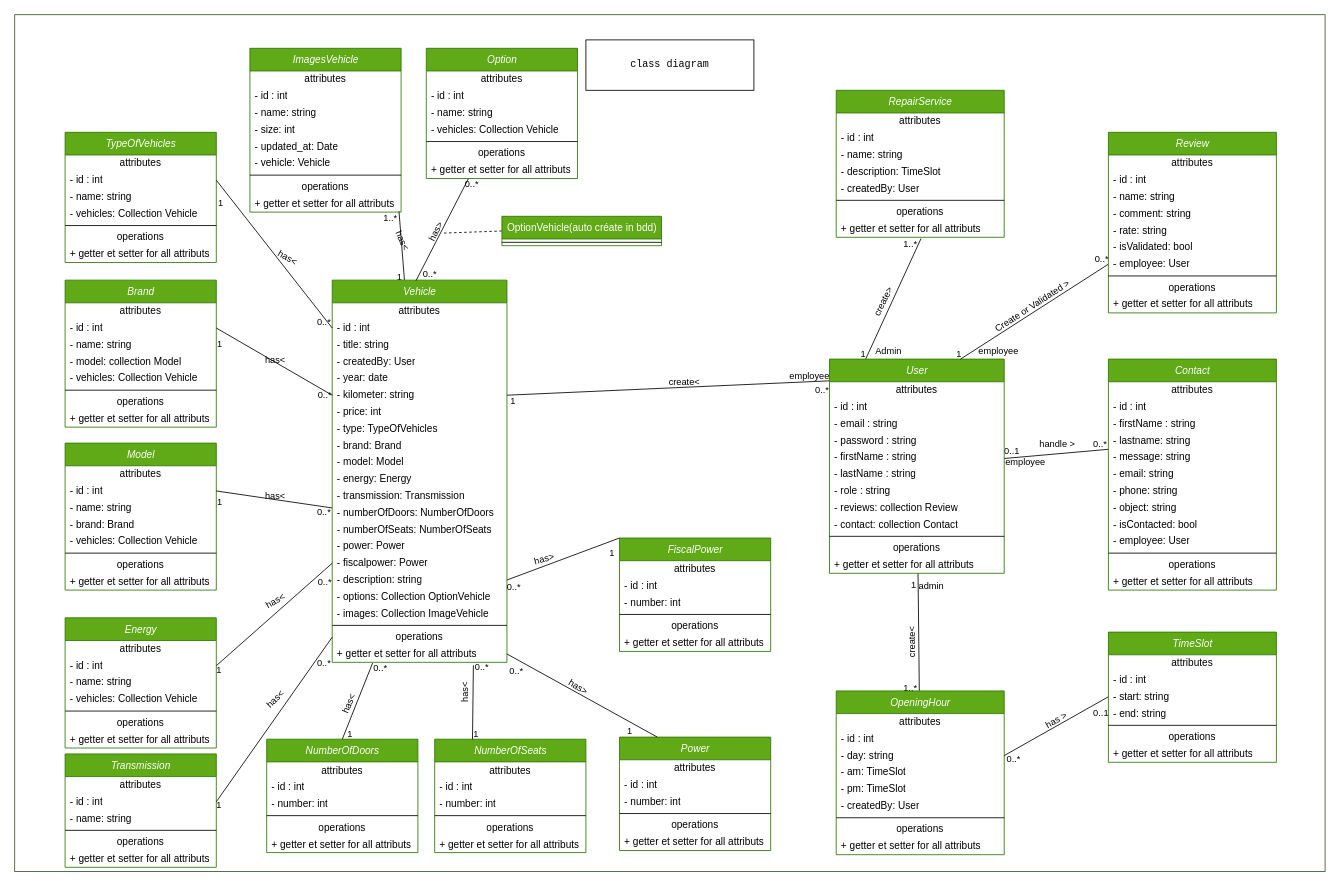
Earlier version of the draw.io diagram documentations/DIO/diag-class.dio (SandrineOrieux/Garage-V-Parrot). Source tidied: cells renumbered, new cells numbered last; positions are measured from the earlier drawing's top-left corner, leaving out a move shared by most shapes. Both pictures are drawn from the tidied source at 84%, with x=0, y=0 at pixel (14, 14).
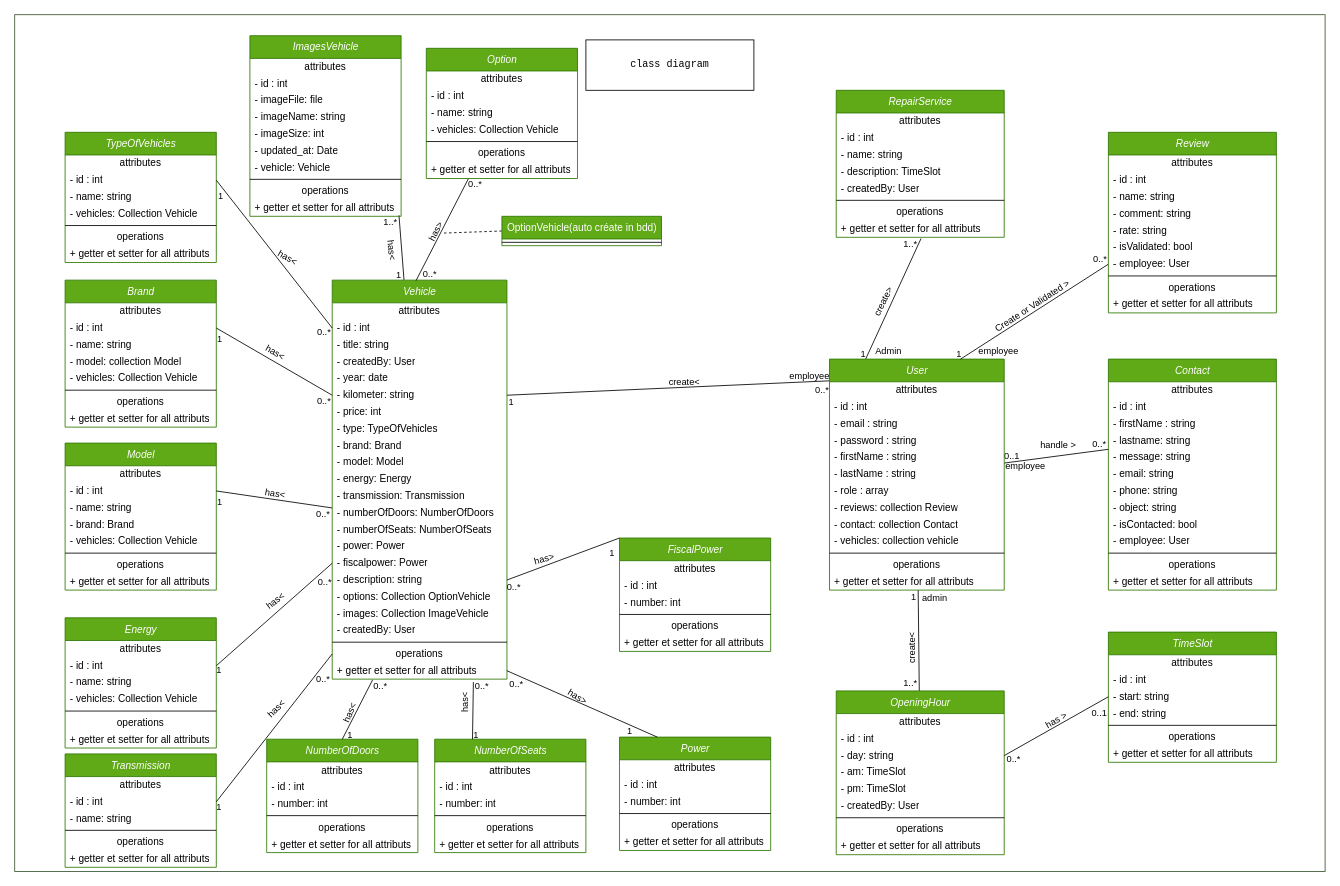
Above is the later version.

Unchanged cells that the change refers to:
```xml
<mxCell id="4" style="edgeStyle=none;html=1;entryX=-0.001;entryY=0.021;entryDx=0;entryDy=0;entryPerimeter=0;strokeColor=#000000;endArrow=none;endFill=0;" parent="1" edge="1" source="25" target="62">
  <mxGeometry relative="1" as="geometry" />
</mxCell>
<mxCell id="9" style="edgeStyle=none;html=1;strokeColor=#000000;fontColor=#000000;endArrow=none;endFill=0;" parent="1" edge="1" source="25" target="79">
  <mxGeometry relative="1" as="geometry" />
</mxCell>
<mxCell id="14" style="edgeStyle=none;html=1;entryX=1;entryY=0.5;entryDx=0;entryDy=0;strokeColor=#000000;fontColor=#000000;endArrow=none;endFill=0;exitX=0.01;exitY=-0.061;exitDx=0;exitDy=0;exitPerimeter=0;" parent="1" edge="1" source="26" target="103">
  <mxGeometry relative="1" as="geometry" />
</mxCell>
<mxCell id="38" style="html=1;strokeColor=#000000;fontColor=#000000;endArrow=none;endFill=0;exitX=0;exitY=0.5;exitDx=0;exitDy=0;entryX=0.75;entryY=0;entryDx=0;entryDy=0;" parent="1" edge="1" source="53" target="25">
  <mxGeometry relative="1" as="geometry" />
</mxCell>
<mxCell id="89" style="edgeStyle=none;html=1;entryX=0;entryY=0.5;entryDx=0;entryDy=0;strokeColor=#000000;fontColor=#000000;endArrow=none;endFill=0;exitX=1;exitY=0.5;exitDx=0;exitDy=0;" parent="1" edge="1" source="82" target="74">
  <mxGeometry relative="1" as="geometry" />
</mxCell>
<mxCell id="93" style="edgeStyle=none;html=1;entryX=0.986;entryY=0.941;entryDx=0;entryDy=0;entryPerimeter=0;strokeColor=#000000;fontColor=#000000;endArrow=none;endFill=0;" parent="1" edge="1" source="97" target="150">
  <mxGeometry relative="1" as="geometry" />
</mxCell>
<mxCell id="129" style="edgeStyle=none;html=1;entryX=0.48;entryY=0.001;entryDx=0;entryDy=0;entryPerimeter=0;strokeColor=#000000;fontColor=#000000;endArrow=none;endFill=0;" parent="1" edge="1" source="133" target="97">
  <mxGeometry relative="1" as="geometry" />
</mxCell>
<mxCell id="159" style="edgeStyle=none;html=1;entryX=1;entryY=0.5;entryDx=0;entryDy=0;strokeColor=#000000;fontColor=#000000;endArrow=none;endFill=0;exitX=0;exitY=0.5;exitDx=0;exitDy=0;" parent="1" edge="1" source="99" target="153">
  <mxGeometry relative="1" as="geometry" />
</mxCell>
<mxCell id="172" style="edgeStyle=none;html=1;entryX=1;entryY=0.5;entryDx=0;entryDy=0;strokeColor=#000000;fontColor=#000000;endArrow=none;endFill=0;exitX=0;exitY=0.5;exitDx=0;exitDy=0;" parent="1" edge="1" source="103" target="165">
  <mxGeometry relative="1" as="geometry" />
</mxCell>
<mxCell id="185" style="edgeStyle=none;html=1;entryX=1;entryY=0.5;entryDx=0;entryDy=0;strokeColor=#000000;fontColor=#000000;endArrow=none;endFill=0;exitX=-0.001;exitY=0.208;exitDx=0;exitDy=0;exitPerimeter=0;" parent="1" edge="1" source="110" target="178">
  <mxGeometry relative="1" as="geometry" />
</mxCell>
<mxCell id="197" style="edgeStyle=none;html=1;entryX=1;entryY=0.5;entryDx=0;entryDy=0;strokeColor=#000000;fontColor=#000000;endArrow=none;endFill=0;exitX=0;exitY=0.5;exitDx=0;exitDy=0;" parent="1" edge="1" source="113" target="191">
  <mxGeometry relative="1" as="geometry" />
</mxCell>
<mxCell id="208" style="edgeStyle=none;html=1;entryX=1;entryY=0.5;entryDx=0;entryDy=0;strokeColor=#000000;fontColor=#000000;endArrow=none;endFill=0;exitX=0;exitY=0.5;exitDx=0;exitDy=0;" parent="1" edge="1" source="118" target="203">
  <mxGeometry relative="1" as="geometry" />
</mxCell>
<mxCell id="219" style="edgeStyle=none;html=1;entryX=0.5;entryY=0;entryDx=0;entryDy=0;strokeColor=#000000;fontColor=#000000;endArrow=none;endFill=0;exitX=0.231;exitY=1.043;exitDx=0;exitDy=0;exitPerimeter=0;" parent="1" edge="1" source="119" target="212">
  <mxGeometry relative="1" as="geometry" />
</mxCell>
<mxCell id="230" style="edgeStyle=none;html=1;entryX=0.25;entryY=0;entryDx=0;entryDy=0;strokeColor=#000000;fontColor=#000000;endArrow=none;endFill=0;exitX=0.808;exitY=1.174;exitDx=0;exitDy=0;exitPerimeter=0;" parent="1" edge="1" source="119" target="223">
  <mxGeometry relative="1" as="geometry" />
</mxCell>
<mxCell id="252" style="edgeStyle=none;html=1;entryX=0.25;entryY=0;entryDx=0;entryDy=0;strokeColor=#000000;fontColor=#000000;endArrow=none;endFill=0;exitX=1;exitY=0.5;exitDx=0;exitDy=0;" parent="1" edge="1" source="119" target="245">
  <mxGeometry relative="1" as="geometry" />
</mxCell>
```

What changed in the source:
```diff
@@
     <mxCell id="8" value="0..*" style="edgeLabel;html=1;align=center;verticalAlign=middle;fontColor=#000000;labelBackgroundColor=none;" parent="4" vertex="1">
       <mxGeometry x="0.84" y="-1" relative="1" as="geometry">
-        <mxPoint y="-9" as="offset" />
+        <mxPoint x="-2" y="-9" as="offset" />
       </mxGeometry>
     </mxCell>
@@
     <mxCell id="10" value="admin" style="edgeLabel;html=1;align=center;verticalAlign=middle;fontColor=#000000;labelBackgroundColor=none;" parent="9" vertex="1">
       <mxGeometry x="-0.71" y="1" relative="1" as="geometry">
-        <mxPoint x="14" y="-5" as="offset" />
+        <mxPoint x="18" y="-8" as="offset" />
       </mxGeometry>
     </mxCell>
@@
     <mxCell id="12" value="1..*" style="edgeLabel;html=1;align=center;verticalAlign=middle;fontColor=#000000;labelBackgroundColor=none;" parent="9" vertex="1">
       <mxGeometry x="0.66" y="1" relative="1" as="geometry">
-        <mxPoint x="-12" y="21" as="offset" />
+        <mxPoint x="-12" y="11" as="offset" />
       </mxGeometry>
     </mxCell>
     <mxCell id="13" value="1" style="edgeLabel;html=1;align=center;verticalAlign=middle;fontColor=#000000;labelBackgroundColor=none;" parent="9" vertex="1">
       <mxGeometry x="-0.71" y="1" relative="1" as="geometry">
-        <mxPoint x="-7" y="-6" as="offset" />
+        <mxPoint x="-7" y="-9" as="offset" />
       </mxGeometry>
     </mxCell>
@@
     <mxCell id="17" value="1" style="edgeLabel;html=1;align=center;verticalAlign=middle;fontColor=#000000;labelBackgroundColor=none;" parent="14" vertex="1">
       <mxGeometry x="0.61" y="-1" relative="1" as="geometry">
-        <mxPoint x="-69" y="11" as="offset" />
+        <mxPoint x="-71" y="12" as="offset" />
       </mxGeometry>
     </mxCell>
@@
     <mxCell id="25" value="&lt;i&gt;User&lt;/i&gt;" style="swimlane;fontStyle=0;align=center;verticalAlign=top;horizontal=1;startSize=27;html=1;fillColor=#60a917;strokeColor=#2D7600;fontColor=#ffffff;" parent="1" vertex="1">
-      <mxGeometry x="970" y="410" width="208" height="255" as="geometry" />
+      <mxGeometry x="970" y="410" width="208" height="275" as="geometry" />
     </mxCell>
@@
-    <mxCell id="32" value="- role : string" style="text;html=1;strokeColor=none;fillColor=none;align=left;verticalAlign=middle;spacingLeft=4;spacingRight=4;overflow=hidden;fontColor=#000000;" parent="25" vertex="1">
+    <mxCell id="32" value="- role : array" style="text;html=1;strokeColor=none;fillColor=none;align=left;verticalAlign=middle;spacingLeft=4;spacingRight=4;overflow=hidden;fontColor=#000000;" parent="25" vertex="1">
       <mxGeometry y="147" width="208" height="20" as="geometry" />
     </mxCell>
@@
+    <mxCell id="256" value="- vehicles: collection vehicle" style="text;html=1;strokeColor=none;fillColor=none;align=left;verticalAlign=middle;spacingLeft=4;spacingRight=4;overflow=hidden;fontColor=#000000;" parent="25" vertex="1">
+      <mxGeometry y="207" width="208" height="20" as="geometry" />
+    </mxCell>
     <mxCell id="35" style="line;strokeWidth=1;fillColor=none;align=left;verticalAlign=middle;spacingTop=-1;spacingLeft=3;spacingRight=3;labelPosition=right;fontColor=#000000;" parent="25" vertex="1">
-      <mxGeometry y="207" width="208" height="8" as="geometry" />
+      <mxGeometry y="227" width="208" height="8" as="geometry" />
     </mxCell>
     <mxCell id="36" value="operations" style="text;html=1;strokeColor=none;fillColor=none;align=center;verticalAlign=middle;spacingLeft=4;spacingRight=4;overflow=hidden;fontColor=#000000;" parent="25" vertex="1">
-      <mxGeometry y="215" width="208" height="20" as="geometry" />
+      <mxGeometry y="235" width="208" height="20" as="geometry" />
     </mxCell>
     <mxCell id="37" value="+ getter et setter for all attributs" style="text;html=1;strokeColor=none;fillColor=none;align=left;verticalAlign=middle;spacingLeft=4;spacingRight=4;overflow=hidden;fontColor=#000000;" parent="25" vertex="1">
-      <mxGeometry y="235" width="208" height="20" as="geometry" />
+      <mxGeometry y="255" width="208" height="20" as="geometry" />
     </mxCell>
@@
     <mxCell id="42" value="0..*" style="edgeLabel;html=1;align=center;verticalAlign=middle;fontColor=#000000;labelBackgroundColor=none;" parent="38" vertex="1">
       <mxGeometry x="-0.9" relative="1" as="geometry">
-        <mxPoint y="-12" as="offset" />
+        <mxPoint x="-2" y="-12" as="offset" />
       </mxGeometry>
     </mxCell>
@@
     <mxCell id="92" value="0..1" style="edgeLabel;html=1;align=center;verticalAlign=middle;fontColor=#000000;labelBackgroundColor=none;" parent="89" vertex="1">
       <mxGeometry x="0.85" relative="1" as="geometry">
-        <mxPoint y="13" as="offset" />
+        <mxPoint x="-2" y="13" as="offset" />
       </mxGeometry>
     </mxCell>
@@
-    <mxCell id="94" value="has&amp;lt;" style="edgeLabel;html=1;align=center;verticalAlign=middle;fontColor=#000000;labelBackgroundColor=none;rotation=66;" parent="93" vertex="1">
+    <mxCell id="94" value="has&amp;lt;" style="edgeLabel;html=1;align=center;verticalAlign=middle;fontColor=#000000;labelBackgroundColor=none;rotation=84;" parent="93" vertex="1">
       <mxGeometry x="-0.21" y="-1" relative="1" as="geometry">
-        <mxPoint y="-15" as="offset" />
+        <mxPoint x="-12" y="-6" as="offset" />
       </mxGeometry>
     </mxCell>
     <mxCell id="95" value="1..*" style="edgeLabel;html=1;align=center;verticalAlign=middle;fontColor=#000000;labelBackgroundColor=none;" parent="93" vertex="1">
       <mxGeometry x="0.7" y="-1" relative="1" as="geometry">
-        <mxPoint x="-13" y="-5" as="offset" />
+        <mxPoint x="-13" y="-4" as="offset" />
       </mxGeometry>
     </mxCell>
     <mxCell id="96" value="1" style="edgeLabel;html=1;align=center;verticalAlign=middle;fontColor=#000000;labelBackgroundColor=none;" parent="93" vertex="1">
       <mxGeometry x="-0.77" relative="1" as="geometry">
-        <mxPoint x="-6" y="4" as="offset" />
+        <mxPoint x="-6" y="2" as="offset" />
       </mxGeometry>
     </mxCell>
     <mxCell id="97" value="&lt;i&gt;Vehicle&lt;/i&gt;" style="swimlane;fontStyle=0;align=center;verticalAlign=top;horizontal=1;startSize=27;html=1;fillColor=#60a917;strokeColor=#2D7600;fontColor=#ffffff;" parent="1" vertex="1">
-      <mxGeometry x="378" y="316" width="208" height="455" as="geometry" />
+      <mxGeometry x="378" y="316" width="208" height="475" as="geometry" />
     </mxCell>
@@
+    <mxCell id="257" value="- createdBy: User" style="text;html=1;strokeColor=none;fillColor=none;align=left;verticalAlign=middle;spacingLeft=4;spacingRight=4;overflow=hidden;fontColor=#000000;" parent="97" vertex="1">
+      <mxGeometry y="407" width="208" height="20" as="geometry" />
+    </mxCell>
     <mxCell id="117" style="line;strokeWidth=1;fillColor=none;align=left;verticalAlign=middle;spacingTop=-1;spacingLeft=3;spacingRight=3;labelPosition=right;fontColor=#000000;" parent="97" vertex="1">
-      <mxGeometry y="407" width="208" height="8" as="geometry" />
+      <mxGeometry y="427" width="208" height="8" as="geometry" />
     </mxCell>
     <mxCell id="118" value="operations" style="text;html=1;strokeColor=none;fillColor=none;align=center;verticalAlign=middle;spacingLeft=4;spacingRight=4;overflow=hidden;points=[[0,0.5],[1,0.5]];portConstraint=eastwest;fontColor=#000000;" parent="97" vertex="1">
-      <mxGeometry y="415" width="208" height="20" as="geometry" />
+      <mxGeometry y="435" width="208" height="20" as="geometry" />
     </mxCell>
     <mxCell id="119" value="+ getter et setter for all attributs" style="text;html=1;strokeColor=none;fillColor=none;align=left;verticalAlign=middle;spacingLeft=4;spacingRight=4;overflow=hidden;points=[[0,0.5],[1,0.5]];portConstraint=eastwest;fontColor=#000000;" parent="97" vertex="1">
-      <mxGeometry y="435" width="208" height="20" as="geometry" />
+      <mxGeometry y="455" width="208" height="20" as="geometry" />
     </mxCell>
@@
     <mxCell id="131" value="0..*" style="edgeLabel;html=1;align=center;verticalAlign=middle;fontColor=#000000;labelBackgroundColor=none;" parent="129" vertex="1">
       <mxGeometry x="-0.83" relative="1" as="geometry">
-        <mxPoint x="9" y="-4" as="offset" />
+        <mxPoint x="13" y="-4" as="offset" />
       </mxGeometry>
     </mxCell>
@@
     <mxCell id="141" value="&lt;i&gt;ImagesVehicle&lt;/i&gt;" style="swimlane;fontStyle=0;align=center;verticalAlign=top;horizontal=1;startSize=27;html=1;fillColor=#60a917;strokeColor=#2D7600;fontColor=#ffffff;" parent="1" vertex="1">
-      <mxGeometry x="280" y="40" width="180" height="195" as="geometry" />
+      <mxGeometry x="280" y="25" width="180" height="215" as="geometry" />
     </mxCell>
@@
-    <mxCell id="144" value="- name: string" style="text;html=1;strokeColor=none;fillColor=none;align=left;verticalAlign=middle;spacingLeft=4;spacingRight=4;overflow=hidden;fontColor=#000000;" parent="141" vertex="1">
+    <mxCell id="144" value="- imageFile: file" style="text;html=1;strokeColor=none;fillColor=none;align=left;verticalAlign=middle;spacingLeft=4;spacingRight=4;overflow=hidden;fontColor=#000000;" parent="141" vertex="1">
       <mxGeometry y="67" width="180" height="20" as="geometry" />
     </mxCell>
-    <mxCell id="145" value="- size: int" style="text;html=1;strokeColor=none;fillColor=none;align=left;verticalAlign=middle;spacingLeft=4;spacingRight=4;overflow=hidden;fontColor=#000000;" parent="141" vertex="1">
+    <mxCell id="145" value="- imageName: string" style="text;html=1;strokeColor=none;fillColor=none;align=left;verticalAlign=middle;spacingLeft=4;spacingRight=4;overflow=hidden;fontColor=#000000;" parent="141" vertex="1">
       <mxGeometry y="87" width="180" height="20" as="geometry" />
     </mxCell>
+    <mxCell id="258" value="- imageSize: int" style="text;html=1;strokeColor=none;fillColor=none;align=left;verticalAlign=middle;spacingLeft=4;spacingRight=4;overflow=hidden;fontColor=#000000;" parent="141" vertex="1">
+      <mxGeometry y="107" width="180" height="20" as="geometry" />
+    </mxCell>
     <mxCell id="146" value="- updated_at: Date" style="text;html=1;strokeColor=none;fillColor=none;align=left;verticalAlign=middle;spacingLeft=4;spacingRight=4;overflow=hidden;fontColor=#000000;" parent="141" vertex="1">
-      <mxGeometry y="107" width="180" height="20" as="geometry" />
+      <mxGeometry y="127" width="180" height="20" as="geometry" />
     </mxCell>
     <mxCell id="147" value="- vehicle: Vehicle" style="text;html=1;strokeColor=none;fillColor=none;align=left;verticalAlign=middle;spacingLeft=4;spacingRight=4;overflow=hidden;fontColor=#000000;" parent="141" vertex="1">
-      <mxGeometry y="127" width="180" height="20" as="geometry" />
+      <mxGeometry y="147" width="180" height="20" as="geometry" />
     </mxCell>
     <mxCell id="148" style="line;strokeWidth=1;fillColor=none;align=left;verticalAlign=middle;spacingTop=-1;spacingLeft=3;spacingRight=3;labelPosition=right;fontColor=#000000;" parent="141" vertex="1">
-      <mxGeometry y="147" width="180" height="8" as="geometry" />
+      <mxGeometry y="167" width="180" height="8" as="geometry" />
     </mxCell>
     <mxCell id="149" value="operations" style="text;html=1;strokeColor=none;fillColor=none;align=center;verticalAlign=middle;spacingLeft=4;spacingRight=4;overflow=hidden;fontColor=#000000;" parent="141" vertex="1">
-      <mxGeometry y="155" width="180" height="20" as="geometry" />
+      <mxGeometry y="175" width="180" height="20" as="geometry" />
     </mxCell>
     <mxCell id="150" value="+ getter et setter for all attributs" style="text;html=1;strokeColor=none;fillColor=none;align=left;verticalAlign=middle;spacingLeft=4;spacingRight=4;overflow=hidden;points=[[0,0.5],[1,0.5]];portConstraint=eastwest;fontColor=#000000;" parent="141" vertex="1">
-      <mxGeometry y="175" width="180" height="20" as="geometry" />
+      <mxGeometry y="195" width="180" height="20" as="geometry" />
     </mxCell>
@@
     <mxCell id="161" value="1" style="edgeLabel;html=1;align=center;verticalAlign=middle;fontColor=#000000;labelBackgroundColor=none;" parent="159" vertex="1">
       <mxGeometry x="0.7" y="-1" relative="1" as="geometry">
-        <mxPoint x="-17" y="1" as="offset" />
+        <mxPoint x="-17" y="-7" as="offset" />
       </mxGeometry>
     </mxCell>
     <mxCell id="162" value="0..*" style="edgeLabel;html=1;align=center;verticalAlign=middle;fontColor=#000000;labelBackgroundColor=none;" parent="159" vertex="1">
       <mxGeometry x="-0.77" relative="1" as="geometry">
-        <mxPoint x="6" y="13" as="offset" />
+        <mxPoint x="6" y="25" as="offset" />
       </mxGeometry>
     </mxCell>
@@
-    <mxCell id="173" value="has&amp;lt;" style="edgeLabel;html=1;align=center;verticalAlign=middle;fontColor=#000000;labelBackgroundColor=none;rotation=0;" parent="172" vertex="1">
+    <mxCell id="173" value="has&amp;lt;" style="edgeLabel;html=1;align=center;verticalAlign=middle;fontColor=#000000;labelBackgroundColor=none;rotation=30;" parent="172" vertex="1">
       <mxGeometry x="-0.21" y="-1" relative="1" as="geometry">
-        <mxPoint x="-14" y="-10" as="offset" />
+        <mxPoint x="-14" y="-19" as="offset" />
       </mxGeometry>
     </mxCell>
     <mxCell id="174" value="1" style="edgeLabel;html=1;align=center;verticalAlign=middle;fontColor=#000000;labelBackgroundColor=none;" parent="172" vertex="1">
       <mxGeometry x="0.7" y="-1" relative="1" as="geometry">
-        <mxPoint x="-17" y="8" as="offset" />
+        <mxPoint x="-17" y="2" as="offset" />
       </mxGeometry>
     </mxCell>
     <mxCell id="175" value="0..*" style="edgeLabel;html=1;align=center;verticalAlign=middle;fontColor=#000000;labelBackgroundColor=none;" parent="172" vertex="1">
       <mxGeometry x="-0.77" relative="1" as="geometry">
-        <mxPoint x="6" y="9" as="offset" />
+        <mxPoint x="5" y="16" as="offset" />
       </mxGeometry>
     </mxCell>
@@
-    <mxCell id="186" value="has&amp;lt;" style="edgeLabel;html=1;align=center;verticalAlign=middle;fontColor=#000000;labelBackgroundColor=none;rotation=0;" parent="185" vertex="1">
+    <mxCell id="186" value="has&amp;lt;" style="edgeLabel;html=1;align=center;verticalAlign=middle;fontColor=#000000;labelBackgroundColor=none;rotation=9;" parent="185" vertex="1">
       <mxGeometry x="-0.21" y="-1" relative="1" as="geometry">
-        <mxPoint x="-14" y="-6" as="offset" />
+        <mxPoint x="-14" y="-9" as="offset" />
       </mxGeometry>
     </mxCell>
@@
     <mxCell id="188" value="0..*" style="edgeLabel;html=1;align=center;verticalAlign=middle;fontColor=#000000;labelBackgroundColor=none;" parent="185" vertex="1">
       <mxGeometry x="-0.77" relative="1" as="geometry">
-        <mxPoint x="6" y="7" as="offset" />
+        <mxPoint x="5" y="10" as="offset" />
       </mxGeometry>
     </mxCell>
@@
-    <mxCell id="198" value="has&amp;lt;" style="edgeLabel;html=1;align=center;verticalAlign=middle;fontColor=#000000;labelBackgroundColor=none;rotation=-30;" parent="197" vertex="1">
+    <mxCell id="198" value="has&amp;lt;" style="edgeLabel;html=1;align=center;verticalAlign=middle;fontColor=#000000;labelBackgroundColor=none;rotation=323;" parent="197" vertex="1">
       <mxGeometry x="-0.21" y="-1" relative="1" as="geometry">
         <mxPoint x="-13" y="-3" as="offset" />
       </mxGeometry>
     </mxCell>
@@
     <mxCell id="211" value="0..*" style="edgeLabel;html=1;align=center;verticalAlign=middle;fontColor=#000000;labelBackgroundColor=none;" parent="208" vertex="1">
       <mxGeometry x="-0.77" relative="1" as="geometry">
-        <mxPoint x="6" y="8" as="offset" />
+        <mxPoint x="5" y="9" as="offset" />
       </mxGeometry>
     </mxCell>
@@
     <mxCell id="221" value="1" style="edgeLabel;html=1;align=center;verticalAlign=middle;fontColor=#000000;labelBackgroundColor=none;" parent="219" vertex="1">
       <mxGeometry x="0.7" y="-1" relative="1" as="geometry">
-        <mxPoint x="4" y="7" as="offset" />
+        <mxPoint x="4" y="5" as="offset" />
       </mxGeometry>
     </mxCell>
     <mxCell id="222" value="0..*" style="edgeLabel;html=1;align=center;verticalAlign=middle;fontColor=#000000;labelBackgroundColor=none;" parent="219" vertex="1">
       <mxGeometry x="-0.77" relative="1" as="geometry">
-        <mxPoint x="13" y="-5" as="offset" />
+        <mxPoint x="13" y="-1" as="offset" />
       </mxGeometry>
     </mxCell>
@@
     <mxCell id="232" value="1" style="edgeLabel;html=1;align=center;verticalAlign=middle;fontColor=#000000;labelBackgroundColor=none;" parent="230" vertex="1">
       <mxGeometry x="0.7" y="-1" relative="1" as="geometry">
-        <mxPoint x="4" y="6" as="offset" />
+        <mxPoint x="4" y="4" as="offset" />
       </mxGeometry>
     </mxCell>
     <mxCell id="233" value="0..*" style="edgeLabel;html=1;align=center;verticalAlign=middle;fontColor=#000000;labelBackgroundColor=none;" parent="230" vertex="1">
       <mxGeometry x="-0.77" relative="1" as="geometry">
-        <mxPoint x="10" y="-8" as="offset" />
+        <mxPoint x="10" y="-4" as="offset" />
       </mxGeometry>
     </mxCell>
@@
     <mxCell id="254" value="1" style="edgeLabel;html=1;align=center;verticalAlign=middle;fontColor=#000000;labelBackgroundColor=none;" parent="252" vertex="1">
       <mxGeometry x="0.7" y="-1" relative="1" as="geometry">
-        <mxPoint x="-6" y="6" as="offset" />
+        <mxPoint x="-6" y="4" as="offset" />
       </mxGeometry>
     </mxCell>
     <mxCell id="255" value="0..*" style="edgeLabel;html=1;align=center;verticalAlign=middle;fontColor=#000000;labelBackgroundColor=none;" parent="252" vertex="1">
       <mxGeometry x="-0.77" relative="1" as="geometry">
-        <mxPoint x="-11" y="8" as="offset" />
+        <mxPoint x="-11" y="6" as="offset" />
       </mxGeometry>
     </mxCell>
```
